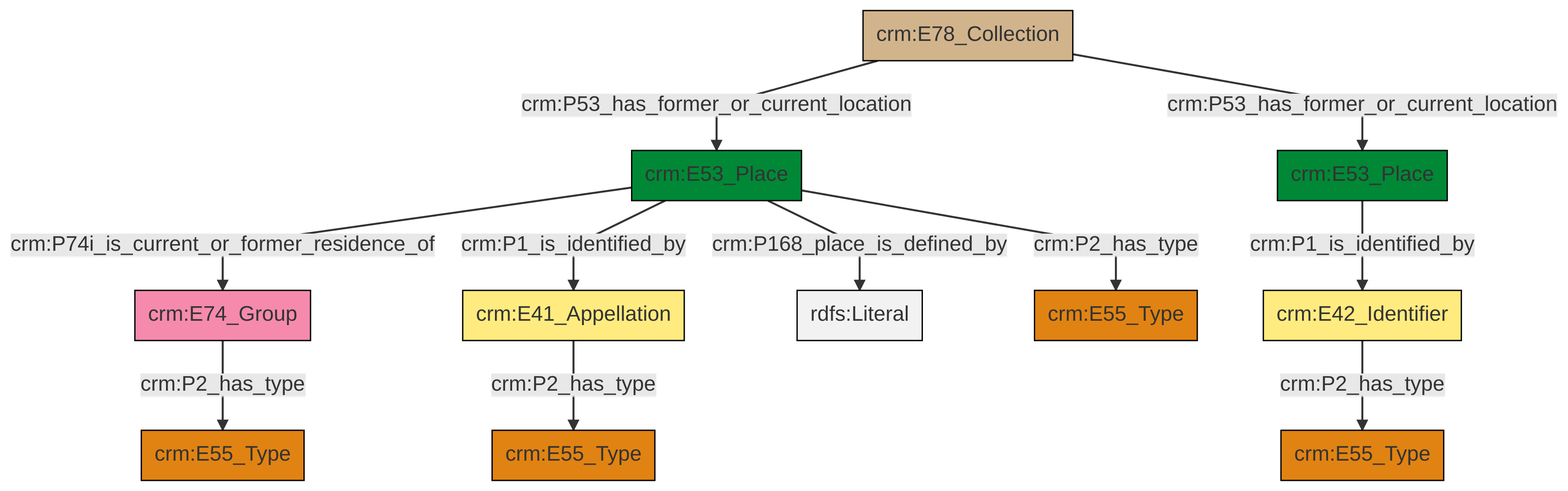
swiss-art-research-net/docs.swissartresearch keeps this Mermaid diagram as et/archivalCSV/ttl/mmd/png/archival_location.png. Above is the earlier version. Its source is kept beside it as et/archivalCSV/ttl/mmd/archival_location.ttl.mmd.
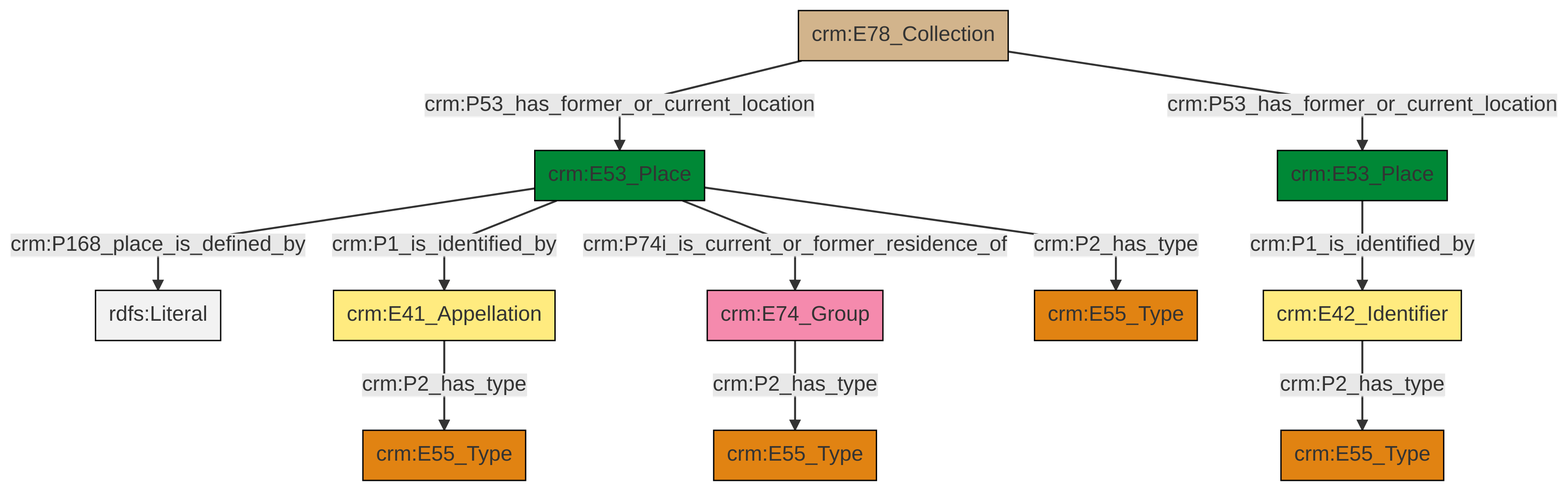
Later version of the same file.

Change to the diagram source:
```diff
@@ -13,13 +13,13 @@
 classDef PC_Classes fill:#4ce600, stroke:#000000;
 classDef Multi fill:#cccccc,stroke:#000000;
 
-0["crm:E42_Identifier"]:::Appellation -->|crm:P2_has_type| 1["crm:E55_Type"]:::Type
-3["crm:E53_Place"]:::Place -->|crm:P74i_is_current_or_former_residence_of| 4["crm:E74_Group"]:::Actor
-3["crm:E53_Place"]:::Place -->|crm:P1_is_identified_by| 5["crm:E41_Appellation"]:::Appellation
-8["crm:E78_Collection"]:::Physical_Thing -->|crm:P53_has_former_or_current_location| 3["crm:E53_Place"]:::Place
-3["crm:E53_Place"]:::Place -->|crm:P168_place_is_defined_by| 11[rdfs:Literal]:::Literal
-3["crm:E53_Place"]:::Place -->|crm:P2_has_type| 9["crm:E55_Type"]:::Type
-8["crm:E78_Collection"]:::Physical_Thing -->|crm:P53_has_former_or_current_location| 6["crm:E53_Place"]:::Place
-6["crm:E53_Place"]:::Place -->|crm:P1_is_identified_by| 0["crm:E42_Identifier"]:::Appellation
-4["crm:E74_Group"]:::Actor -->|crm:P2_has_type| 15["crm:E55_Type"]:::Type
-5["crm:E41_Appellation"]:::Appellation -->|crm:P2_has_type| 20["crm:E55_Type"]:::Type
+6["crm:E78_Collection"]:::Physical_Thing -->|crm:P53_has_former_or_current_location| 7["crm:E53_Place"]:::Place
+14["crm:E42_Identifier"]:::Appellation -->|crm:P2_has_type| 15["crm:E55_Type"]:::Type
+7["crm:E53_Place"]:::Place -->|crm:P168_place_is_defined_by| 19[rdfs:Literal]:::Literal
+7["crm:E53_Place"]:::Place -->|crm:P1_is_identified_by| 8["crm:E41_Appellation"]:::Appellation
+7["crm:E53_Place"]:::Place -->|crm:P74i_is_current_or_former_residence_of| 2["crm:E74_Group"]:::Actor
+2["crm:E74_Group"]:::Actor -->|crm:P2_has_type| 4["crm:E55_Type"]:::Type
+7["crm:E53_Place"]:::Place -->|crm:P2_has_type| 0["crm:E55_Type"]:::Type
+6["crm:E78_Collection"]:::Physical_Thing -->|crm:P53_has_former_or_current_location| 16["crm:E53_Place"]:::Place
+8["crm:E41_Appellation"]:::Appellation -->|crm:P2_has_type| 10["crm:E55_Type"]:::Type
+16["crm:E53_Place"]:::Place -->|crm:P1_is_identified_by| 14["crm:E42_Identifier"]:::Appellation
```
